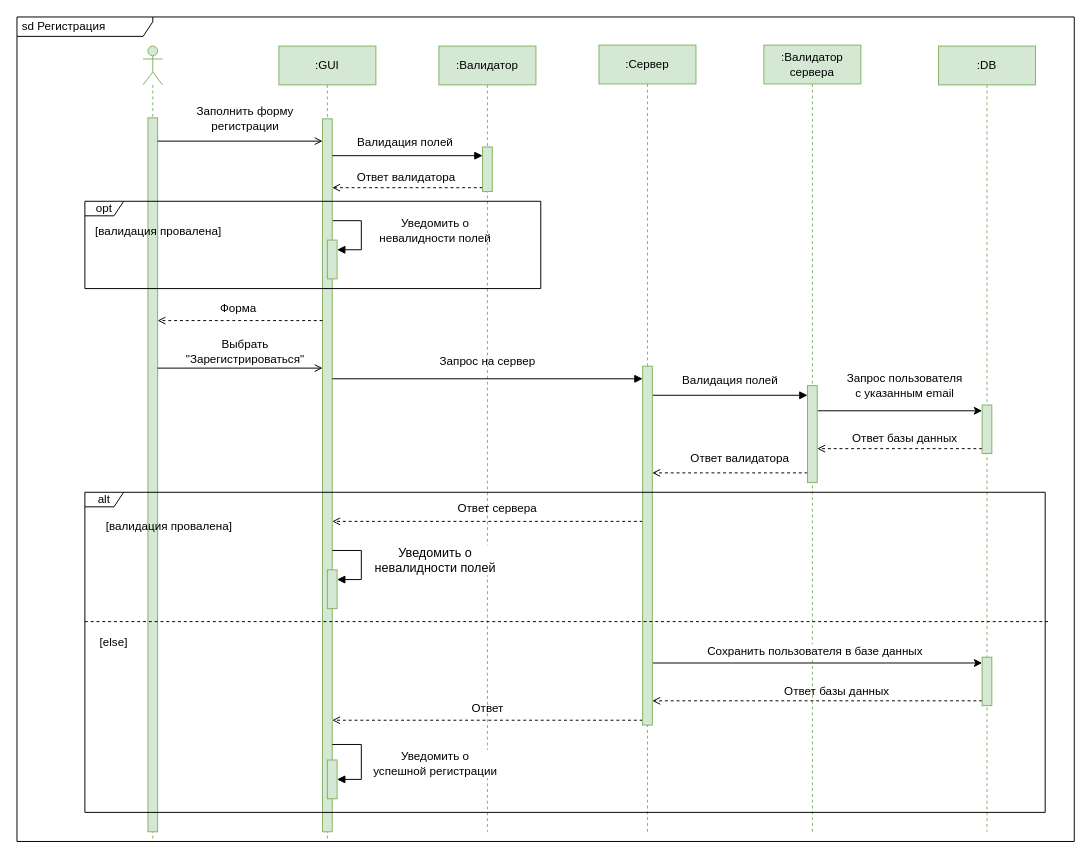
Above: Задание_3/Диаграммы/Регистрация.drawio in Nochoooo/micro_engineering (draw.io), before the change. Source tidied: cells renumbered, new cells numbered last; positions are measured from the earlier drawing's top-left corner, leaving out a move shared by most shapes. Both pictures are drawn from the tidied source at 97%, with x=0, y=0 at pixel (16, 16).
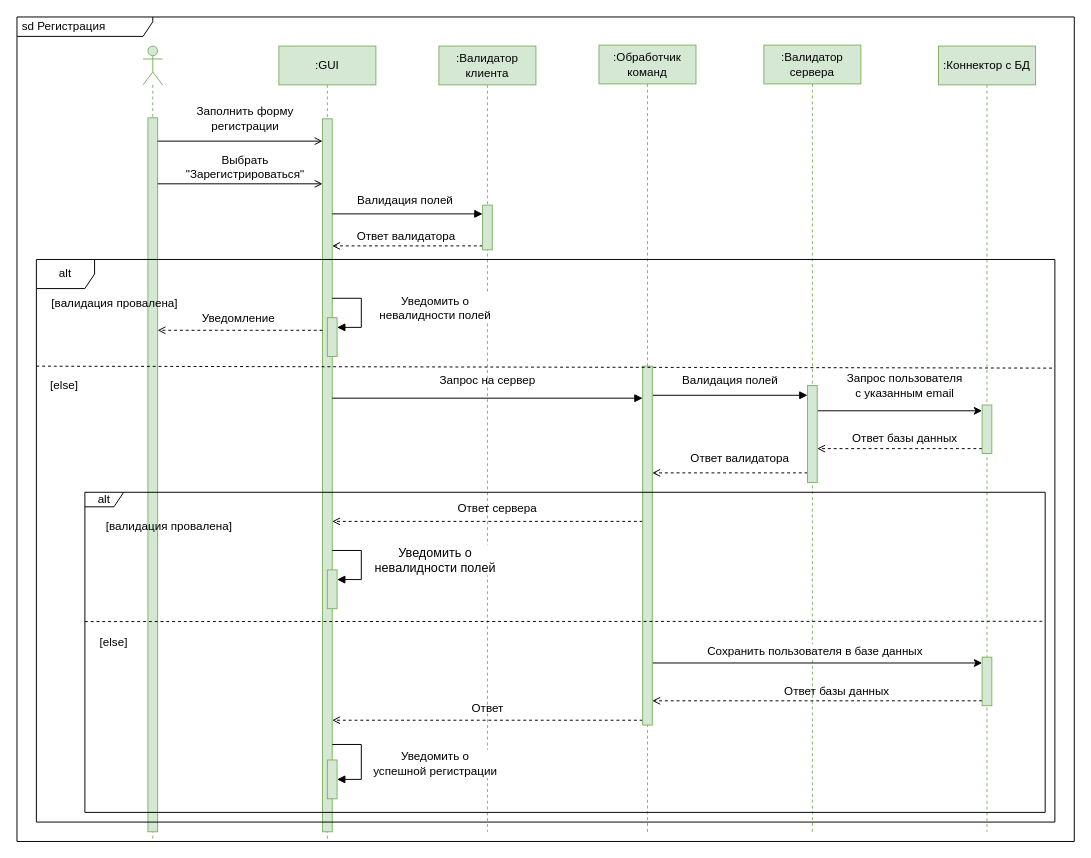
The same page after the edit.

Commit message (it also covers changes not shown here):
Добавлена диаграмма посл. Выход и исправлены Вход, Регистрация и схема БД

Unchanged cells that the change refers to:
```xml
<mxCell id="4" value=":GUI" style="shape=umlLifeline;perimeter=lifelinePerimeter;whiteSpace=wrap;html=1;newEdgeStyle={&quot;curved&quot;:0,&quot;rounded&quot;:0};fillColor=#d5e8d4;strokeColor=#82b366;" parent="1" vertex="1">
  <mxGeometry x="270" y="30" width="100" height="820" as="geometry" />
</mxCell>
<mxCell id="54" value="&lt;font style=&quot;font-size: 12px;&quot;&gt;alt&lt;/font&gt;" style="shape=umlFrame;whiteSpace=wrap;html=1;width=40;height=15;" parent="1" vertex="1">
  <mxGeometry x="70" y="490" width="990" height="330" as="geometry" />
</mxCell>
```

The edit, as a diff of the source:
```diff
@@
-    <mxCell id="5" value="&lt;div style=&quot;font-size: 12px;&quot;&gt;&lt;font style=&quot;font-size: 12px;&quot;&gt;Уведомить о&lt;/font&gt;&lt;/div&gt;&lt;div style=&quot;font-size: 12px;&quot;&gt;&lt;font style=&quot;font-size: 12px;&quot;&gt;невалидности полей&lt;/font&gt;&lt;/div&gt;" style="html=1;align=center;spacingLeft=2;endArrow=block;rounded=0;edgeStyle=orthogonalEdgeStyle;curved=0;rounded=0;" parent="4" edge="1" target="7">
-      <mxGeometry x="-0.06" y="75" relative="1" as="geometry">
-        <mxPoint x="55" y="180" as="sourcePoint" />
-        <Array as="points">
-          <mxPoint x="85" y="210" />
-        </Array>
-      </mxGeometry>
-    </mxCell>
@@
-    <mxCell id="7" style="html=1;points=[[0,0,0,0,5],[0,1,0,0,-5],[1,0,0,0,5],[1,1,0,0,-5]];perimeter=orthogonalPerimeter;outlineConnect=0;targetShapes=umlLifeline;portConstraint=eastwest;newEdgeStyle={&quot;curved&quot;:0,&quot;rounded&quot;:0};fillColor=#d5e8d4;strokeColor=#82b366;" parent="4" vertex="1">
-      <mxGeometry x="50" y="200" width="10" height="40" as="geometry" />
-    </mxCell>
@@
     <mxCell id="10" value="&lt;font style=&quot;font-size: 12px;&quot;&gt;Выбрать &lt;br&gt;&quot;Зарегистрироваться&quot;&lt;/font&gt;" style="text;html=1;align=center;verticalAlign=middle;strokeColor=none;fillColor=none;" parent="1" vertex="1">
-      <mxGeometry x="160" y="325" width="150" height="40" as="geometry" />
+      <mxGeometry x="160" y="135" width="150" height="40" as="geometry" />
     </mxCell>
     <mxCell id="11" style="endArrow=open;html=1;rounded=0;endFill=0;" parent="1" edge="1">
       <mxGeometry relative="1" as="geometry">
-        <mxPoint x="145" y="362" as="sourcePoint" />
-        <mxPoint x="315" y="362" as="targetPoint" />
+        <mxPoint x="145" y="172" as="sourcePoint" />
+        <mxPoint x="315" y="172" as="targetPoint" />
       </mxGeometry>
     </mxCell>
-    <mxCell id="12" value=":Валидатор" style="shape=umlLifeline;perimeter=lifelinePerimeter;whiteSpace=wrap;html=1;newEdgeStyle={&quot;curved&quot;:0,&quot;rounded&quot;:0};fillColor=#d5e8d4;strokeColor=#82b366;" parent="1" vertex="1">
+    <mxCell id="12" value=":Валидатор клиента" style="shape=umlLifeline;perimeter=lifelinePerimeter;whiteSpace=wrap;html=1;newEdgeStyle={&quot;curved&quot;:0,&quot;rounded&quot;:0};fillColor=#d5e8d4;strokeColor=#82b366;" parent="1" vertex="1">
       <mxGeometry x="435" y="30" width="100" height="810" as="geometry" />
     </mxCell>
-    <mxCell id="13" style="endArrow=block;html=1;rounded=0;endFill=1;" parent="1" edge="1">
-      <mxGeometry relative="1" as="geometry">
-        <mxPoint x="325" y="143" as="sourcePoint" />
-        <mxPoint x="480" y="143" as="targetPoint" />
-      </mxGeometry>
-    </mxCell>
-    <mxCell id="14" value="&lt;font style=&quot;font-size: 12px;&quot;&gt;Валидация полей&lt;/font&gt;" style="text;html=1;align=center;verticalAlign=middle;strokeColor=none;fillColor=none;" parent="1" vertex="1">
-      <mxGeometry x="340" y="114" width="120" height="30" as="geometry" />
-    </mxCell>
-    <mxCell id="15" style="endArrow=open;html=1;rounded=0;endFill=0;dashed=1;" parent="1" edge="1">
-      <mxGeometry relative="1" as="geometry">
-        <mxPoint x="480" y="176" as="sourcePoint" />
-        <mxPoint x="325" y="176" as="targetPoint" />
-      </mxGeometry>
-    </mxCell>
-    <mxCell id="16" value="&lt;font style=&quot;font-size: 12px;&quot;&gt;Ответ валидатора&lt;/font&gt;" style="text;html=1;align=center;verticalAlign=middle;strokeColor=none;fillColor=none;" parent="1" vertex="1">
-      <mxGeometry x="336" y="151" width="130" height="30" as="geometry" />
-    </mxCell>
-    <mxCell id="17" value="&lt;font style=&quot;font-size: 12px;&quot;&gt;opt&lt;/font&gt;" style="shape=umlFrame;whiteSpace=wrap;html=1;width=40;height=15;" parent="1" vertex="1">
-      <mxGeometry x="70" y="190" width="470" height="90" as="geometry" />
-    </mxCell>
-    <mxCell id="18" value="&lt;font style=&quot;font-size: 12px;&quot;&gt;[валидация провалена]&lt;/font&gt;" style="text;html=1;align=center;verticalAlign=middle;whiteSpace=wrap;rounded=0;" parent="1" vertex="1">
-      <mxGeometry x="72" y="206" width="148" height="30" as="geometry" />
-    </mxCell>
-    <mxCell id="19" style="endArrow=open;html=1;rounded=0;endFill=0;dashed=1;" parent="1" edge="1">
-      <mxGeometry relative="1" as="geometry">
-        <mxPoint x="315" y="313" as="sourcePoint" />
-        <mxPoint x="145" y="313" as="targetPoint" />
-      </mxGeometry>
-    </mxCell>
-    <mxCell id="20" value="&lt;font style=&quot;font-size: 12px;&quot;&gt;Форма&lt;/font&gt;" style="text;html=1;align=center;verticalAlign=middle;strokeColor=none;fillColor=none;" parent="1" vertex="1">
-      <mxGeometry x="198" y="286" width="60" height="30" as="geometry" />
-    </mxCell>
@@
-    <mxCell id="22" value=":Сервер" style="shape=umlLifeline;perimeter=lifelinePerimeter;whiteSpace=wrap;html=1;newEdgeStyle={&quot;curved&quot;:0,&quot;rounded&quot;:0};fillColor=#d5e8d4;strokeColor=#82b366;" parent="1" vertex="1">
+    <mxCell id="22" value=":Обработчик команд" style="shape=umlLifeline;perimeter=lifelinePerimeter;whiteSpace=wrap;html=1;newEdgeStyle={&quot;curved&quot;:0,&quot;rounded&quot;:0};fillColor=#d5e8d4;strokeColor=#82b366;" parent="1" vertex="1">
       <mxGeometry x="600" y="29" width="100" height="811" as="geometry" />
     </mxCell>
     <mxCell id="23" style="endArrow=block;html=1;rounded=0;endFill=1;" parent="1" edge="1">
       <mxGeometry relative="1" as="geometry">
-        <mxPoint x="325" y="373" as="sourcePoint" />
-        <mxPoint x="645" y="373" as="targetPoint" />
+        <mxPoint x="325" y="393" as="sourcePoint" />
+        <mxPoint x="645" y="393" as="targetPoint" />
       </mxGeometry>
     </mxCell>
     <mxCell id="24" value="&lt;font style=&quot;font-size: 12px;&quot;&gt;Запрос на сервер&lt;/font&gt;" style="text;html=1;align=center;verticalAlign=middle;strokeColor=none;fillColor=none;" parent="1" vertex="1">
-      <mxGeometry x="425" y="340" width="120" height="30" as="geometry" />
+      <mxGeometry x="425" y="360" width="120" height="30" as="geometry" />
     </mxCell>
@@
-    <mxCell id="27" value=":DB" style="shape=umlLifeline;perimeter=lifelinePerimeter;whiteSpace=wrap;html=1;newEdgeStyle={&quot;curved&quot;:0,&quot;rounded&quot;:0};fillColor=#d5e8d4;strokeColor=#82b366;" parent="1" vertex="1">
+    <mxCell id="27" value=":Коннектор с БД" style="shape=umlLifeline;perimeter=lifelinePerimeter;whiteSpace=wrap;html=1;newEdgeStyle={&quot;curved&quot;:0,&quot;rounded&quot;:0};fillColor=#d5e8d4;strokeColor=#82b366;" parent="1" vertex="1">
       <mxGeometry x="950" y="30" width="100" height="810" as="geometry" />
     </mxCell>
@@
-    <mxCell id="49" style="html=1;perimeter=orthogonalPerimeter;targetShapes=umlLifeline;newEdgeStyle={&quot;curved&quot;:0,&quot;rounded&quot;:0};fillColor=#d5e8d4;strokeColor=#82b366;" parent="1" vertex="1">
-      <mxGeometry x="480" y="134" width="10" height="46" as="geometry" />
-    </mxCell>
@@
-    <mxCell id="55" style="endArrow=none;dashed=1;html=1;rounded=0;exitX=0;exitY=0.404;exitDx=0;exitDy=0;exitPerimeter=0;entryX=1.004;entryY=0.404;entryDx=0;entryDy=0;entryPerimeter=0;" parent="1" edge="1" source="54" target="54">
-      <mxGeometry relative="1" as="geometry" />
+    <mxCell id="55" style="endArrow=none;dashed=1;html=1;rounded=0;exitX=0;exitY=0.404;exitDx=0;exitDy=0;exitPerimeter=0;" parent="1" edge="1" source="54">
+      <mxGeometry relative="1" as="geometry">
+        <mxPoint x="1060" y="623" as="targetPoint" />
+      </mxGeometry>
     </mxCell>
+    <mxCell id="5" value="&lt;div style=&quot;font-size: 12px;&quot;&gt;&lt;font style=&quot;font-size: 12px;&quot;&gt;Уведомить о&lt;/font&gt;&lt;/div&gt;&lt;div style=&quot;font-size: 12px;&quot;&gt;&lt;font style=&quot;font-size: 12px;&quot;&gt;невалидности полей&lt;/font&gt;&lt;/div&gt;" style="html=1;align=center;spacingLeft=2;endArrow=block;rounded=0;edgeStyle=orthogonalEdgeStyle;curved=0;rounded=0;" parent="1" edge="1" target="56">
+      <mxGeometry x="-0.06" y="75" relative="1" as="geometry">
+        <mxPoint x="325" y="290" as="sourcePoint" />
+        <Array as="points">
+          <mxPoint x="355" y="320" />
+        </Array>
+      </mxGeometry>
+    </mxCell>
+    <mxCell id="56" style="html=1;points=[[0,0,0,0,5],[0,1,0,0,-5],[1,0,0,0,5],[1,1,0,0,-5]];perimeter=orthogonalPerimeter;outlineConnect=0;targetShapes=umlLifeline;portConstraint=eastwest;newEdgeStyle={&quot;curved&quot;:0,&quot;rounded&quot;:0};fillColor=#d5e8d4;strokeColor=#82b366;" parent="1" vertex="1">
+      <mxGeometry x="320" y="310" width="10" height="40" as="geometry" />
+    </mxCell>
+    <mxCell id="57" style="endArrow=block;html=1;rounded=0;endFill=1;" parent="1" edge="1">
+      <mxGeometry relative="1" as="geometry">
+        <mxPoint x="325" y="203" as="sourcePoint" />
+        <mxPoint x="480" y="203" as="targetPoint" />
+      </mxGeometry>
+    </mxCell>
+    <mxCell id="14" value="&lt;font style=&quot;font-size: 12px;&quot;&gt;Валидация полей&lt;/font&gt;" style="text;html=1;align=center;verticalAlign=middle;strokeColor=none;fillColor=none;" parent="1" vertex="1">
+      <mxGeometry x="340" y="174" width="120" height="30" as="geometry" />
+    </mxCell>
+    <mxCell id="58" style="endArrow=open;html=1;rounded=0;endFill=0;dashed=1;" parent="1" edge="1">
+      <mxGeometry relative="1" as="geometry">
+        <mxPoint x="480" y="236" as="sourcePoint" />
+        <mxPoint x="325" y="236" as="targetPoint" />
+      </mxGeometry>
+    </mxCell>
+    <mxCell id="16" value="&lt;font style=&quot;font-size: 12px;&quot;&gt;Ответ валидатора&lt;/font&gt;" style="text;html=1;align=center;verticalAlign=middle;strokeColor=none;fillColor=none;" parent="1" vertex="1">
+      <mxGeometry x="336" y="211" width="130" height="30" as="geometry" />
+    </mxCell>
+    <mxCell id="18" value="&lt;font style=&quot;font-size: 12px;&quot;&gt;[валидация провалена]&lt;/font&gt;" style="text;html=1;align=center;verticalAlign=middle;whiteSpace=wrap;rounded=0;" parent="1" vertex="1">
+      <mxGeometry x="27" y="280" width="148" height="30" as="geometry" />
+    </mxCell>
+    <mxCell id="59" style="endArrow=open;html=1;rounded=0;endFill=0;dashed=1;" parent="1" edge="1">
+      <mxGeometry relative="1" as="geometry">
+        <mxPoint x="315" y="323" as="sourcePoint" />
+        <mxPoint x="145" y="323" as="targetPoint" />
+      </mxGeometry>
+    </mxCell>
+    <mxCell id="60" value="Уведомление" style="text;html=1;align=center;verticalAlign=middle;strokeColor=none;fillColor=none;" parent="1" vertex="1">
+      <mxGeometry x="178" y="296" width="100" height="30" as="geometry" />
+    </mxCell>
+    <mxCell id="61" style="html=1;perimeter=orthogonalPerimeter;targetShapes=umlLifeline;newEdgeStyle={&quot;curved&quot;:0,&quot;rounded&quot;:0};fillColor=#d5e8d4;strokeColor=#82b366;" parent="1" vertex="1">
+      <mxGeometry x="480" y="194" width="10" height="46" as="geometry" />
+    </mxCell>
+    <mxCell id="62" value="alt" style="shape=umlFrame;whiteSpace=wrap;html=1;" parent="1" vertex="1">
+      <mxGeometry x="20" y="250" width="1050" height="580" as="geometry" />
+    </mxCell>
+    <mxCell id="63" style="endArrow=none;dashed=1;html=1;rounded=0;exitX=0;exitY=0.404;exitDx=0;exitDy=0;exitPerimeter=0;" parent="1" edge="1">
+      <mxGeometry relative="1" as="geometry">
+        <mxPoint x="20" y="360" as="sourcePoint" />
+        <mxPoint x="1070" y="362" as="targetPoint" />
+      </mxGeometry>
+    </mxCell>
+    <mxCell id="64" value="&lt;font style=&quot;font-size: 12px;&quot;&gt;[else]&lt;/font&gt;" style="text;html=1;align=center;verticalAlign=middle;whiteSpace=wrap;rounded=0;" parent="1" vertex="1">
+      <mxGeometry x="10" y="365" width="78" height="30" as="geometry" />
+    </mxCell>
```
